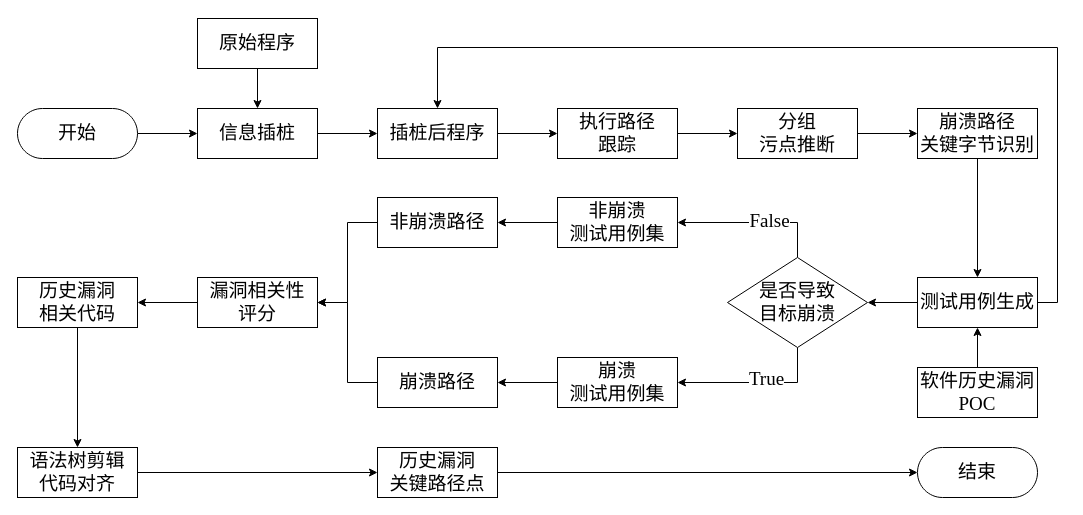
Above: page "第 3 页" (3 of 16) of 未命名绘图.drawio in blu3sh0rk/Draw (draw.io), before the change. Source tidied: cells renumbered, new cells numbered last; positions are measured from the earlier drawing's top-left corner, leaving out a move shared by most shapes. Both pictures are drawn from the tidied source at 100%, with x=0, y=0 at pixel (17, 18).
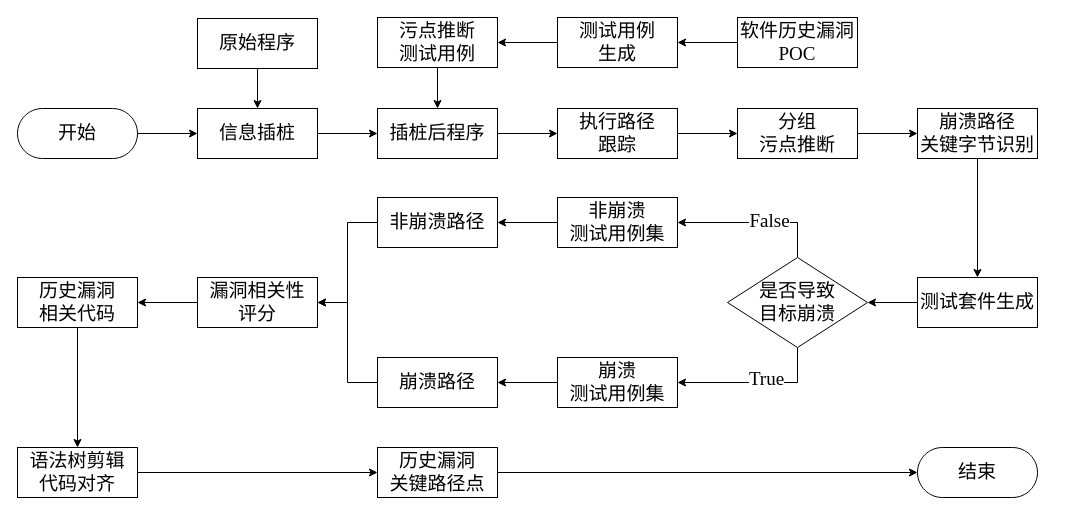
The same diagram, later.

The change refers to these unchanged cells:
```xml
<mxCell id="33" value="插桩后程序" style="rounded=0;whiteSpace=wrap;html=1;strokeWidth=1;fontSize=19;fontFamily=黑体;" parent="1" vertex="1">
  <mxGeometry x="360" y="90" width="120" height="50" as="geometry" />
</mxCell>
```

The edit, as a diff of the source:
```diff
@@
-    <mxCell id="4" style="edgeStyle=orthogonalEdgeStyle;rounded=0;jettySize=auto;html=1;exitX=0.5;exitY=0;exitDx=0;exitDy=0;entryX=0.5;entryY=1;entryDx=0;entryDy=0;strokeWidth=1;fontSize=19;" parent="1" edge="1" source="5" target="12">
-      <mxGeometry relative="1" as="geometry" />
-    </mxCell>
-    <mxCell id="5" value="软件历史漏洞&lt;div style=&quot;font-size: 19px;&quot;&gt;&lt;font face=&quot;Times New Roman&quot;&gt;POC&lt;/font&gt;&lt;/div&gt;" style="rounded=0;whiteSpace=wrap;html=1;strokeWidth=1;fontSize=19;fontFamily=黑体;" parent="1" vertex="1">
-      <mxGeometry x="900" y="349" width="120" height="50" as="geometry" />
-    </mxCell>
@@
-    <mxCell id="11" style="edgeStyle=orthogonalEdgeStyle;rounded=0;jettySize=auto;html=1;exitX=1;exitY=0.5;exitDx=0;exitDy=0;entryX=0.5;entryY=0;entryDx=0;entryDy=0;strokeWidth=1;fontSize=19;" parent="1" edge="1" source="12" target="33">
-      <mxGeometry relative="1" as="geometry">
-        <Array as="points">
-          <mxPoint x="1040" y="284" />
-          <mxPoint x="1040" y="29" />
-          <mxPoint x="420" y="29" />
-        </Array>
-      </mxGeometry>
-    </mxCell>
-    <mxCell id="12" value="测试用例生成" style="rounded=0;whiteSpace=wrap;html=1;strokeWidth=1;fontSize=19;fontFamily=黑体;" parent="1" vertex="1">
+    <mxCell id="12" value="测试套件生成" style="rounded=0;whiteSpace=wrap;html=1;strokeWidth=1;fontSize=19;fontFamily=黑体;" parent="1" vertex="1">
       <mxGeometry x="900" y="259" width="120" height="50" as="geometry" />
     </mxCell>
@@
+    <mxCell id="43" style="edgeStyle=orthogonalEdgeStyle;rounded=0;jettySize=auto;html=1;exitX=0;exitY=0.5;exitDx=0;exitDy=0;entryX=1;entryY=0.5;entryDx=0;entryDy=0;" parent="1" edge="1" source="44" target="46">
+      <mxGeometry relative="1" as="geometry" />
+    </mxCell>
+    <mxCell id="44" value="测试用例&lt;div&gt;生成&lt;/div&gt;" style="rounded=0;whiteSpace=wrap;html=1;strokeWidth=1;fontSize=19;fontFamily=黑体;" parent="1" vertex="1">
+      <mxGeometry x="540" y="-1" width="120" height="50" as="geometry" />
+    </mxCell>
+    <mxCell id="45" style="edgeStyle=orthogonalEdgeStyle;rounded=0;jettySize=auto;html=1;exitX=0.5;exitY=1;exitDx=0;exitDy=0;entryX=0.5;entryY=0;entryDx=0;entryDy=0;" parent="1" edge="1" source="46" target="33">
+      <mxGeometry relative="1" as="geometry" />
+    </mxCell>
+    <mxCell id="46" value="污点推断&lt;div&gt;测试用例&lt;/div&gt;" style="rounded=0;whiteSpace=wrap;html=1;strokeWidth=1;fontSize=19;fontFamily=黑体;" parent="1" vertex="1">
+      <mxGeometry x="360" y="-1" width="120" height="50" as="geometry" />
+    </mxCell>
+    <mxCell id="47" style="edgeStyle=orthogonalEdgeStyle;rounded=0;jettySize=auto;html=1;entryX=1;entryY=0.5;entryDx=0;entryDy=0;" parent="1" edge="1" source="5" target="44">
+      <mxGeometry relative="1" as="geometry" />
+    </mxCell>
+    <mxCell id="5" value="软件历史漏洞&lt;div style=&quot;font-size: 19px;&quot;&gt;&lt;font face=&quot;Times New Roman&quot;&gt;POC&lt;/font&gt;&lt;/div&gt;" style="rounded=0;whiteSpace=wrap;html=1;strokeWidth=1;fontSize=19;fontFamily=黑体;" parent="1" vertex="1">
+      <mxGeometry x="720" y="-1" width="120" height="50" as="geometry" />
+    </mxCell>
```
